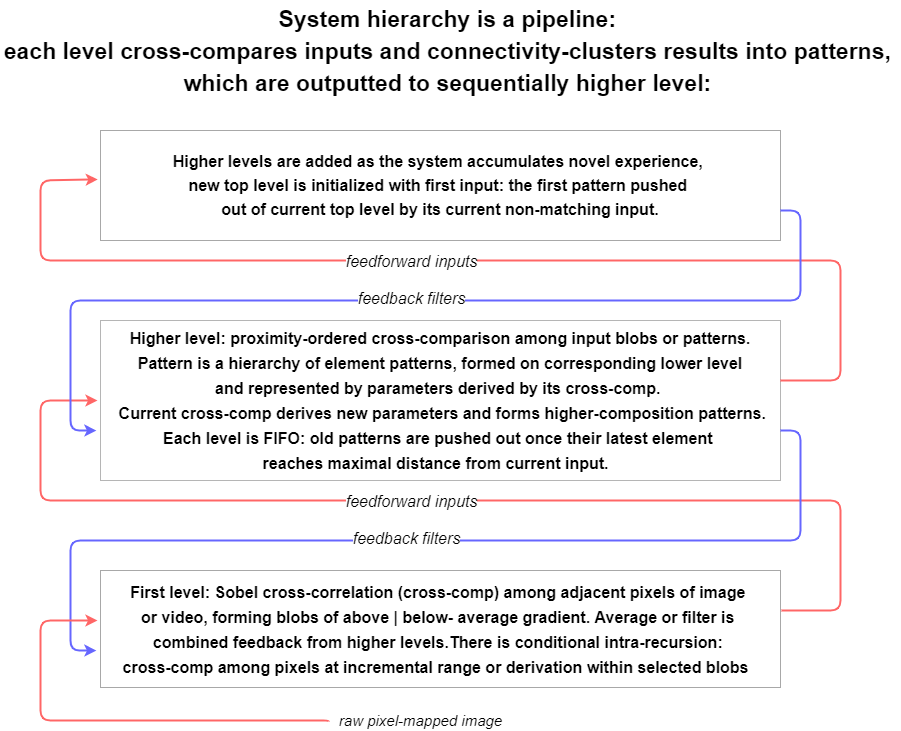
Before: frame_2D_alg/Illustrations/Whole-system hierarchy.png, a diagram exported from draw.io (boris-kz/CogAlg). Source tidied: cells renumbered, new cells last; positions are measured from the earlier drawing's top-left corner, leaving out a move shared by most shapes. The source it was exported from:
```xml
<mxGraphModel>
  <root>
    <mxCell id="0" />
    <mxCell id="1" parent="0" />
    <mxCell id="2" value="&lt;font style=&quot;font-size: 16px ; line-height: 150%&quot;&gt;&lt;b style=&quot;line-height: 160%&quot;&gt;First level: Sobel cross-correlation (cross-comp) among adjacent pixels of image &lt;br&gt;or video, forming blobs of above | below- average gradient. Average or filter is &lt;br&gt;combined feedback from higher levels.There is conditional intra-recursion: &lt;br&gt;cross-comp among pixels at incremental range or derivation within selected blobs&amp;nbsp;&amp;nbsp;&lt;/b&gt;&lt;/font&gt;" style="rounded=0;whiteSpace=wrap;html=1;strokeColor=#A8A8A8;" parent="1" vertex="1">
      <mxGeometry x="100" y="570" width="680" height="117" as="geometry" />
    </mxCell>
    <mxCell id="3" style="edgeStyle=segmentEdgeStyle;endArrow=classic;html=1;strokeWidth=2;strokeColor=#FF6666;" parent="2" edge="1">
      <mxGeometry relative="1" as="geometry">
        <mxPoint x="681" y="40" as="sourcePoint" />
        <mxPoint x="-3" y="-170" as="targetPoint" />
        <Array as="points">
          <mxPoint x="740" y="40" />
          <mxPoint x="740" y="-70" />
          <mxPoint x="-60" y="-70" />
          <mxPoint x="-60" y="-170" />
        </Array>
      </mxGeometry>
    </mxCell>
    <mxCell id="4" value="&lt;font size=&quot;1&quot;&gt;&lt;i style=&quot;font-size: 16px&quot;&gt;feedforward inputs&lt;/i&gt;&lt;/font&gt;" style="edgeLabel;html=1;align=center;verticalAlign=middle;" parent="3" vertex="1">
      <mxGeometry x="0.02" relative="1" as="geometry">
        <mxPoint x="-25" as="offset" />
      </mxGeometry>
    </mxCell>
    <mxCell id="5" value="&lt;font style=&quot;font-size: 16px ; line-height: 160%&quot;&gt;&lt;b&gt;Higher level: proximity-ordered cross-comparison among input blobs or patterns.&lt;br&gt;Pattern is a hierarchy of element patterns, formed on corresponding lower level and&amp;nbsp;&lt;/b&gt;&lt;b&gt;represented by parameters derived by its cross-comp.&amp;nbsp;&lt;/b&gt;&lt;b&gt;&lt;br&gt;&amp;nbsp;Current cross-comp derive&lt;/b&gt;&lt;b&gt;s new parameters and forms higher-composition patterns.&lt;/b&gt;&lt;b&gt;&lt;br&gt;Each level is FIFO: old patterns are pushed out once their latest element &lt;br&gt;reaches maximal distance from current input.&amp;nbsp;&amp;nbsp;&lt;/b&gt;&lt;/font&gt;" style="rounded=0;whiteSpace=wrap;html=1;strokeColor=#B5B5B5;" parent="1" vertex="1">
      <mxGeometry x="100" y="320" width="680" height="160" as="geometry" />
    </mxCell>
    <mxCell id="6" value="&lt;span style=&quot;font-size: 16px&quot;&gt;&lt;b style=&quot;line-height: 150%&quot;&gt;Higher levels are added as the system accumulates novel experience,&amp;nbsp;&lt;br&gt;new top level is initialized with first input: the first pattern pushed &lt;br&gt;out of current top level by its&amp;nbsp;&lt;/b&gt;&lt;/span&gt;&lt;b style=&quot;font-size: 16px ; line-height: 24px&quot;&gt;current&amp;nbsp;&lt;/b&gt;&lt;span style=&quot;font-size: 16px&quot;&gt;&lt;b style=&quot;line-height: 150%&quot;&gt;non-matching input.&lt;/b&gt;&lt;/span&gt;" style="rounded=0;whiteSpace=wrap;html=1;strokeColor=#A8A8A8;" parent="1" vertex="1">
      <mxGeometry x="100" y="130" width="680" height="110" as="geometry" />
    </mxCell>
    <mxCell id="7" style="edgeStyle=segmentEdgeStyle;endArrow=classic;html=1;entryX=-0.006;entryY=0.684;entryDx=0;entryDy=0;entryPerimeter=0;strokeColor=#6666FF;strokeWidth=2;" parent="1" edge="1" target="2">
      <mxGeometry relative="1" as="geometry">
        <mxPoint x="780" y="430" as="sourcePoint" />
        <Array as="points">
          <mxPoint x="800" y="430" />
          <mxPoint x="800" y="540" />
          <mxPoint x="70" y="540" />
          <mxPoint x="70" y="650" />
        </Array>
      </mxGeometry>
    </mxCell>
    <mxCell id="8" value="&lt;i&gt;&lt;font style=&quot;font-size: 16px&quot;&gt;feedback filters&lt;/font&gt;&lt;/i&gt;" style="edgeLabel;html=1;align=center;verticalAlign=middle;" parent="7" vertex="1">
      <mxGeometry x="0.03" y="-3" relative="1" as="geometry">
        <mxPoint x="-12" as="offset" />
      </mxGeometry>
    </mxCell>
    <mxCell id="9" style="edgeStyle=segmentEdgeStyle;endArrow=classic;html=1;strokeWidth=2;strokeColor=#FF6666;entryX=-0.004;entryY=0.445;entryDx=0;entryDy=0;entryPerimeter=0;" parent="1" edge="1" target="6">
      <mxGeometry relative="1" as="geometry">
        <mxPoint x="780" y="380" as="sourcePoint" />
        <Array as="points">
          <mxPoint x="840" y="380" />
          <mxPoint x="840" y="260" />
          <mxPoint x="40" y="260" />
          <mxPoint x="40" y="180" />
        </Array>
      </mxGeometry>
    </mxCell>
    <mxCell id="10" value="&lt;font size=&quot;1&quot;&gt;&lt;i style=&quot;font-size: 16px&quot;&gt;feedforward inputs&lt;/i&gt;&lt;/font&gt;" style="edgeLabel;html=1;align=center;verticalAlign=middle;" parent="9" vertex="1">
      <mxGeometry x="0.02" relative="1" as="geometry">
        <mxPoint x="-40" as="offset" />
      </mxGeometry>
    </mxCell>
    <mxCell id="11" style="edgeStyle=segmentEdgeStyle;endArrow=classic;html=1;exitX=1;exitY=0.75;exitDx=0;exitDy=0;entryX=-0.006;entryY=0.684;entryDx=0;entryDy=0;entryPerimeter=0;strokeColor=#6666FF;strokeWidth=2;" parent="1" edge="1">
      <mxGeometry relative="1" as="geometry">
        <mxPoint x="780" y="210" as="sourcePoint" />
        <mxPoint x="95.9" y="430" as="targetPoint" />
        <Array as="points">
          <mxPoint x="800" y="210" />
          <mxPoint x="800" y="300" />
          <mxPoint x="70" y="300" />
          <mxPoint x="70" y="430" />
        </Array>
      </mxGeometry>
    </mxCell>
    <mxCell id="12" value="&lt;i&gt;&lt;font style=&quot;font-size: 16px&quot;&gt;feedback filters&lt;/font&gt;&lt;/i&gt;" style="edgeLabel;html=1;align=center;verticalAlign=middle;" parent="11" vertex="1">
      <mxGeometry x="0.03" y="-3" relative="1" as="geometry">
        <mxPoint x="13" as="offset" />
      </mxGeometry>
    </mxCell>
    <mxCell id="13" style="edgeStyle=segmentEdgeStyle;endArrow=classic;html=1;strokeWidth=2;strokeColor=#FF6666;exitX=-0.011;exitY=0.55;exitDx=0;exitDy=0;exitPerimeter=0;" parent="1" edge="1" source="14">
      <mxGeometry relative="1" as="geometry">
        <mxPoint x="97" y="620" as="targetPoint" />
        <Array as="points">
          <mxPoint x="328" y="720" />
          <mxPoint x="40" y="720" />
          <mxPoint x="40" y="620" />
        </Array>
      </mxGeometry>
    </mxCell>
    <mxCell id="14" value="&lt;font style=&quot;font-size: 15px&quot;&gt;&lt;i&gt;raw pixel-mapped image&lt;/i&gt;&lt;/font&gt;" style="text;html=1;align=center;verticalAlign=middle;points=[];" parent="1" vertex="1">
      <mxGeometry x="330" y="710" width="180" height="20" as="geometry" />
    </mxCell>
    <mxCell id="15" value="&lt;font style=&quot;font-size: 23px&quot;&gt;&lt;b style=&quot;line-height: 140%&quot;&gt;System hierarchy is a pipeline: &lt;br&gt;each level cross-compares inputs and connectivity-clusters results into patterns, &lt;br&gt;which are outputted to sequentially higher level:&amp;nbsp;&lt;/b&gt;&lt;/font&gt;" style="text;html=1;align=center;verticalAlign=middle;" parent="1" vertex="1">
      <mxGeometry width="900" height="100" as="geometry" />
    </mxCell>
  </root>
</mxGraphModel>
```
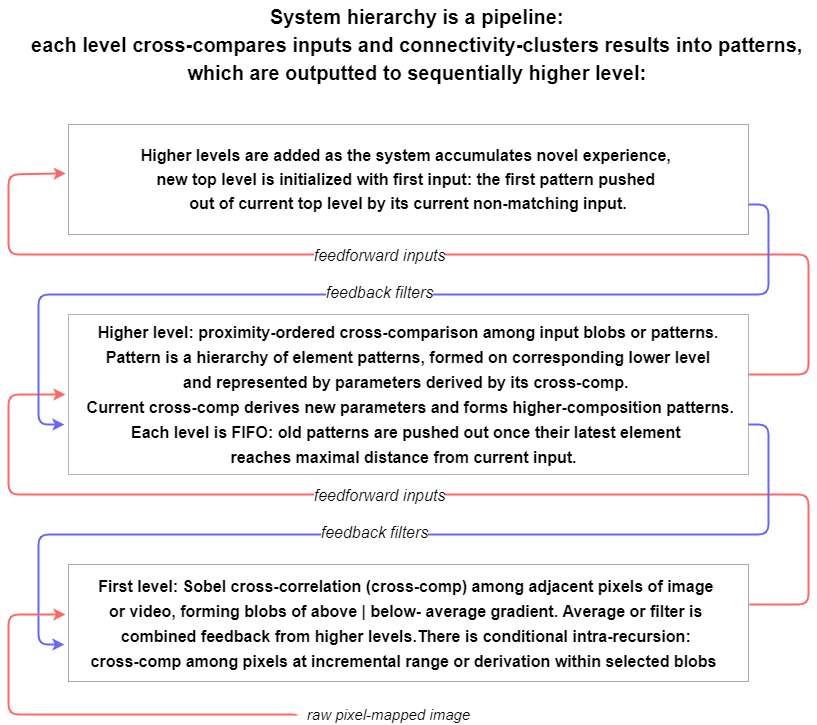
After the commit.

Change to the diagram source:
```diff
@@ -90,8 +90,8 @@
     <mxCell id="14" value="&lt;font style=&quot;font-size: 15px&quot;&gt;&lt;i&gt;raw pixel-mapped image&lt;/i&gt;&lt;/font&gt;" style="text;html=1;align=center;verticalAlign=middle;points=[];" parent="1" vertex="1">
       <mxGeometry x="330" y="710" width="180" height="20" as="geometry" />
     </mxCell>
-    <mxCell id="15" value="&lt;font style=&quot;font-size: 23px&quot;&gt;&lt;b style=&quot;line-height: 140%&quot;&gt;System hierarchy is a pipeline: &lt;br&gt;each level cross-compares inputs and connectivity-clusters results into patterns, &lt;br&gt;which are outputted to sequentially higher level:&amp;nbsp;&lt;/b&gt;&lt;/font&gt;" style="text;html=1;align=center;verticalAlign=middle;" parent="1" vertex="1">
-      <mxGeometry width="900" height="100" as="geometry" />
+    <mxCell id="15" value="&lt;font style=&quot;font-size: 20px&quot;&gt;&lt;b style=&quot;line-height: 140%&quot;&gt;System hierarchy is a pipeline: &lt;br&gt;each level cross-compares inputs and connectivity-clusters results into patterns, &lt;br&gt;which are outputted to sequentially higher level:&amp;nbsp;&lt;/b&gt;&lt;/font&gt;" style="text;html=1;align=center;verticalAlign=middle;" parent="1" vertex="1">
+      <mxGeometry x="60" y="6" width="781" height="88" as="geometry" />
     </mxCell>
   </root>
 </mxGraphModel>
```
